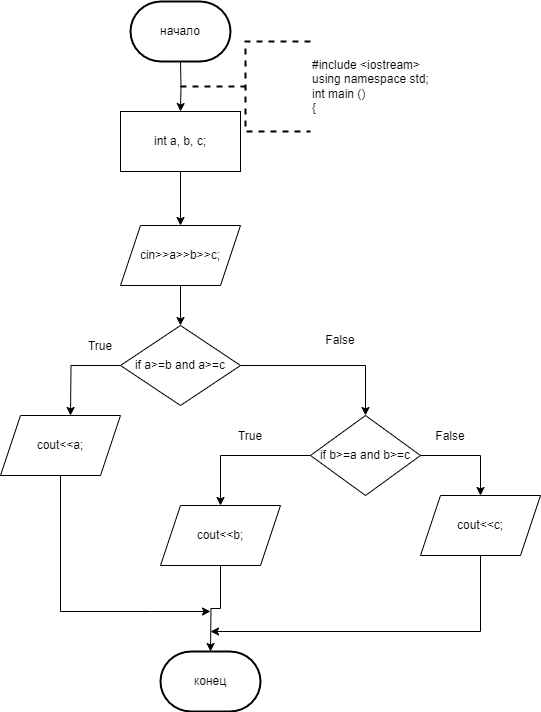
The draw.io diagram 1_1.drawio.png in ksinph/PSTU_LABS_2023, before a commit. Source tidied: cells renumbered, new cells last; positions are measured from the earlier drawing's top-left corner, leaving out a move shared by most shapes.
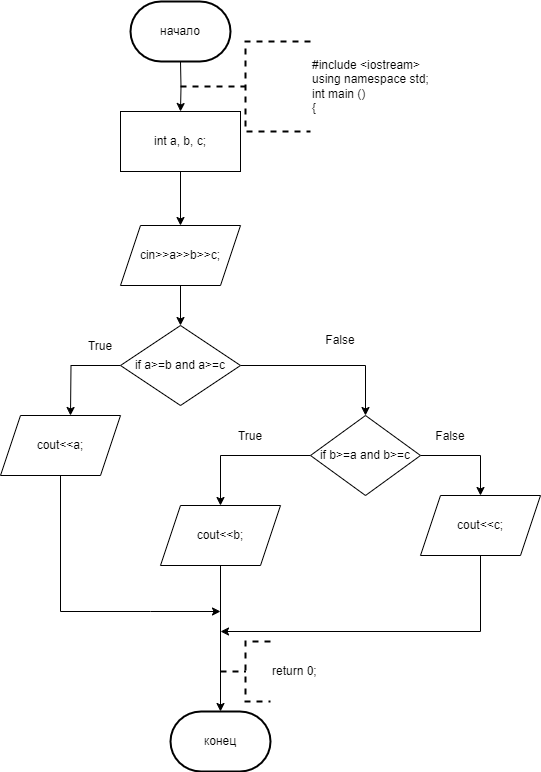
After the commit.

Change to the diagram source:
```diff
@@ -35,7 +35,7 @@
     </mxCell>
     <mxCell id="11" style="edgeStyle=orthogonalEdgeStyle;rounded=0;jettySize=auto;html=1;exitX=0.5;exitY=1;exitDx=0;exitDy=0;" parent="1" edge="1" source="12">
       <mxGeometry relative="1" as="geometry">
-        <mxPoint x="210" y="610" as="targetPoint" />
+        <mxPoint x="220" y="610" as="targetPoint" />
         <Array as="points">
           <mxPoint x="60" y="610" />
           <mxPoint x="150" y="610" />
@@ -47,7 +47,7 @@
     </mxCell>
     <mxCell id="13" style="edgeStyle=orthogonalEdgeStyle;rounded=0;jettySize=auto;html=1;exitX=0.5;exitY=1;exitDx=0;exitDy=0;" parent="1" edge="1" source="14">
       <mxGeometry relative="1" as="geometry">
-        <mxPoint x="210" y="630" as="targetPoint" />
+        <mxPoint x="220" y="630" as="targetPoint" />
         <Array as="points">
           <mxPoint x="480" y="630" />
         </Array>
@@ -56,10 +56,8 @@
     <mxCell id="14" value="cout&amp;lt;&amp;lt;c;" style="shape=parallelogram;perimeter=parallelogramPerimeter;whiteSpace=wrap;html=1;fixedSize=1;" parent="1" vertex="1">
       <mxGeometry x="420" y="494" width="120" height="60" as="geometry" />
     </mxCell>
-    <mxCell id="15" style="edgeStyle=orthogonalEdgeStyle;rounded=0;jettySize=auto;html=1;exitX=0.5;exitY=1;exitDx=0;exitDy=0;entryX=0.5;entryY=0;entryDx=0;entryDy=0;" parent="1" edge="1" source="16">
-      <mxGeometry relative="1" as="geometry">
-        <mxPoint x="210" y="650" as="targetPoint" />
-      </mxGeometry>
+    <mxCell id="15" style="edgeStyle=orthogonalEdgeStyle;rounded=0;jettySize=auto;html=1;exitX=0.5;exitY=1;exitDx=0;exitDy=0;entryX=0.5;entryY=0;entryDx=0;entryDy=0;entryPerimeter=0;" parent="1" edge="1" source="16" target="20">
+      <mxGeometry relative="1" as="geometry" />
     </mxCell>
     <mxCell id="16" value="cout&amp;lt;&amp;lt;b;" style="shape=parallelogram;perimeter=parallelogramPerimeter;whiteSpace=wrap;html=1;fixedSize=1;" parent="1" vertex="1">
       <mxGeometry x="160" y="504" width="120" height="60" as="geometry" />
@@ -74,7 +72,7 @@
       <mxGeometry x="180" y="40" width="130" height="90" as="geometry" />
     </mxCell>
     <mxCell id="20" value="конец" style="strokeWidth=2;html=1;shape=mxgraph.flowchart.terminator;whiteSpace=wrap;" parent="1" vertex="1">
-      <mxGeometry x="160" y="650" width="100" height="60" as="geometry" />
+      <mxGeometry x="170" y="710" width="100" height="60" as="geometry" />
     </mxCell>
     <mxCell id="21" value="начало" style="strokeWidth=2;html=1;shape=mxgraph.flowchart.terminator;whiteSpace=wrap;" parent="1" vertex="1">
       <mxGeometry x="130" width="100" height="60" as="geometry" />
@@ -91,5 +89,8 @@
     <mxCell id="25" value="False" style="text;html=1;strokeColor=none;fillColor=none;align=center;verticalAlign=middle;whiteSpace=wrap;rounded=0;" parent="1" vertex="1">
       <mxGeometry x="420" y="420" width="60" height="30" as="geometry" />
     </mxCell>
+    <mxCell id="26" value="return 0;" style="strokeWidth=2;html=1;shape=mxgraph.flowchart.annotation_2;align=left;labelPosition=right;dashed=1;" parent="1" vertex="1">
+      <mxGeometry x="220" y="640" width="50" height="60" as="geometry" />
+    </mxCell>
   </root>
 </mxGraphModel>
```
